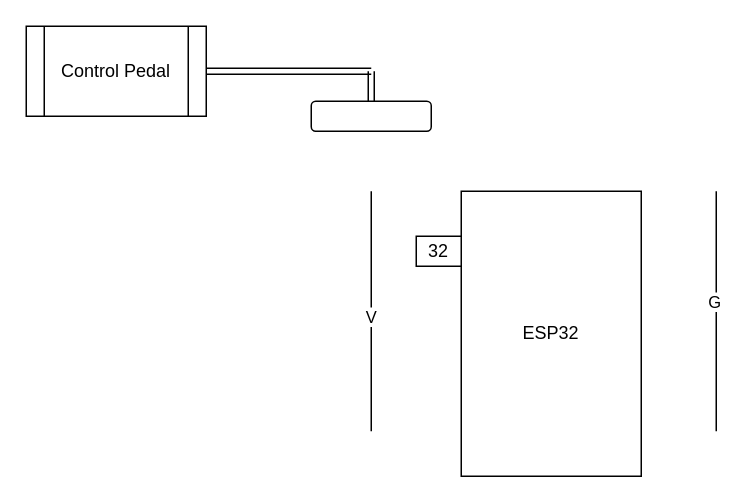
Before: basic.drawio in godelayheehoo/Expression2MIDI, a draw.io diagram. Source tidied: cells renumbered, new cells numbered last; positions are measured from the earlier drawing's top-left corner, leaving out a move shared by most shapes. Both pictures are drawn from the tidied source at 150%, with x=0, y=0 at pixel (26, 26).
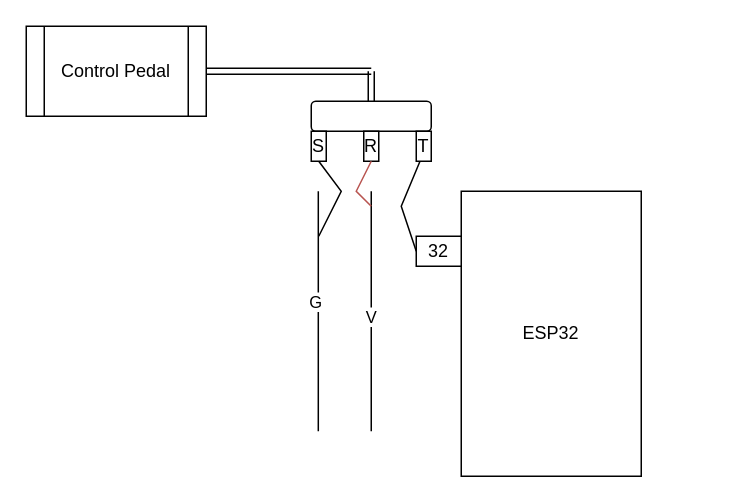
After the change.

Unchanged cells that the change refers to:
```xml
<mxCell id="3" value="32" style="rounded=0;whiteSpace=wrap;html=1;" parent="1" vertex="1">
  <mxGeometry x="260" y="140" width="30" height="20" as="geometry" />
</mxCell>
```

The edit, as a diff of the source:
```diff
@@
     <mxCell id="6" style="endArrow=none;html=1;rounded=0;" parent="1" edge="1">
       <mxGeometry relative="1" as="geometry">
-        <mxPoint x="460" y="270" as="sourcePoint" />
-        <mxPoint x="460" y="110" as="targetPoint" />
+        <mxPoint x="194.7" y="270" as="sourcePoint" />
+        <mxPoint x="194.7" y="110" as="targetPoint" />
       </mxGeometry>
     </mxCell>
@@
+    <mxCell id="12" value="T" style="rounded=0;whiteSpace=wrap;html=1;" parent="1" vertex="1">
+      <mxGeometry x="260" y="70" width="10" height="20" as="geometry" />
+    </mxCell>
+    <mxCell id="13" value="R" style="rounded=0;whiteSpace=wrap;html=1;" parent="1" vertex="1">
+      <mxGeometry x="225" y="70" width="10" height="20" as="geometry" />
+    </mxCell>
+    <mxCell id="14" value="S" style="rounded=0;whiteSpace=wrap;html=1;" parent="1" vertex="1">
+      <mxGeometry x="190" y="70" width="10" height="20" as="geometry" />
+    </mxCell>
+    <mxCell id="15" style="endArrow=none;html=1;rounded=0;entryX=0.25;entryY=1;entryDx=0;entryDy=0;exitX=0;exitY=0.5;exitDx=0;exitDy=0;" parent="1" edge="1" source="3" target="12">
+      <mxGeometry relative="1" as="geometry">
+        <Array as="points">
+          <mxPoint x="250" y="120" />
+        </Array>
+      </mxGeometry>
+    </mxCell>
+    <mxCell id="16" style="endArrow=none;html=1;rounded=0;entryX=0.5;entryY=1;entryDx=0;entryDy=0;fillColor=#f8cecc;strokeColor=#b85450;" parent="1" edge="1" target="13">
+      <mxGeometry relative="1" as="geometry">
+        <mxPoint x="230" y="120" as="sourcePoint" />
+        <Array as="points">
+          <mxPoint x="220" y="110" />
+        </Array>
+      </mxGeometry>
+    </mxCell>
+    <mxCell id="17" style="endArrow=none;html=1;rounded=0;entryX=0.5;entryY=1;entryDx=0;entryDy=0;" parent="1" edge="1" target="14">
+      <mxGeometry relative="1" as="geometry">
+        <mxPoint x="195" y="140" as="sourcePoint" />
+        <Array as="points">
+          <mxPoint x="210" y="110" />
+        </Array>
+      </mxGeometry>
+    </mxCell>
```
